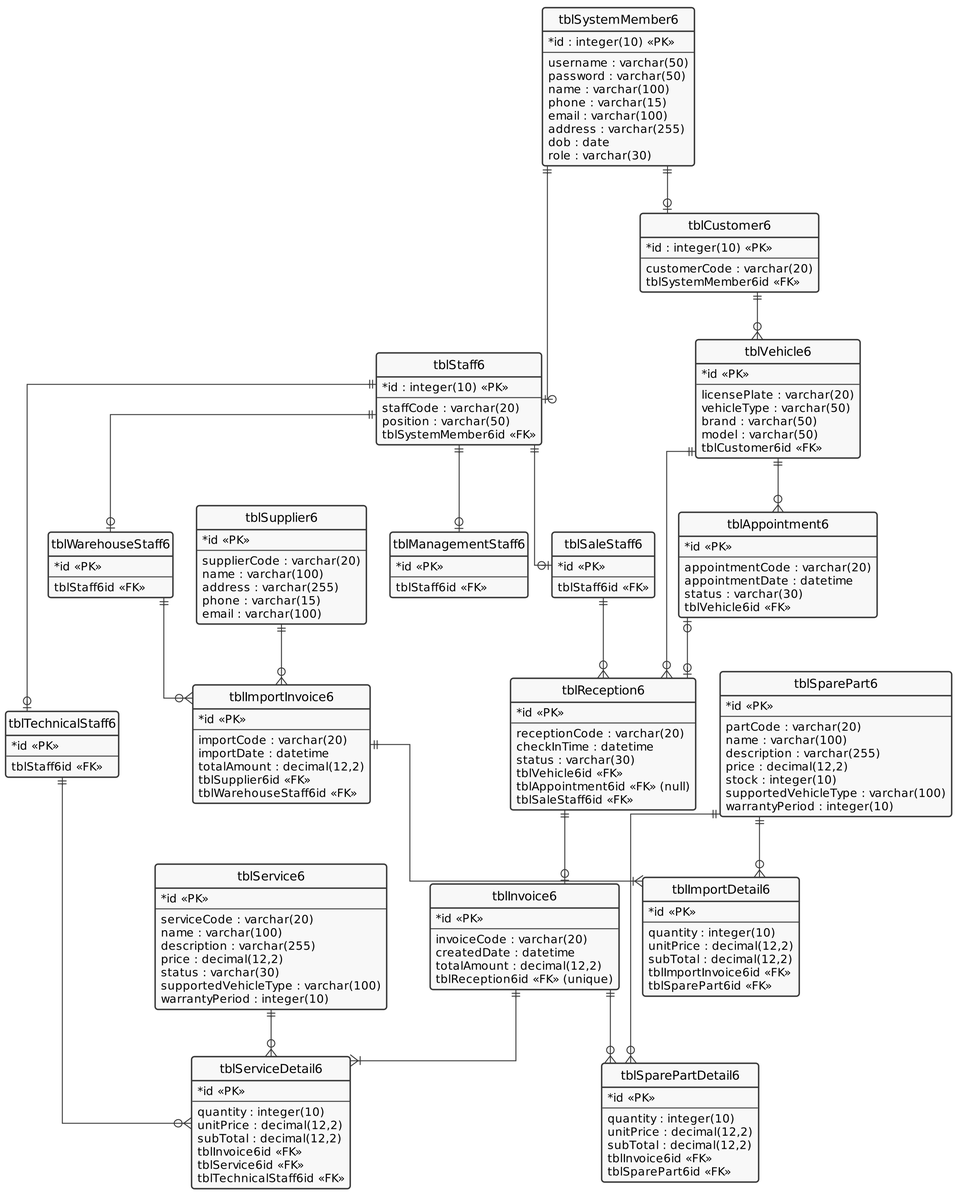
Earlier version of the PlantUML export docs/uml/12_CSDL.png (IvorDang/Garage_Management_6). Its source is kept beside it as docs/uml/12_CSDL.puml.
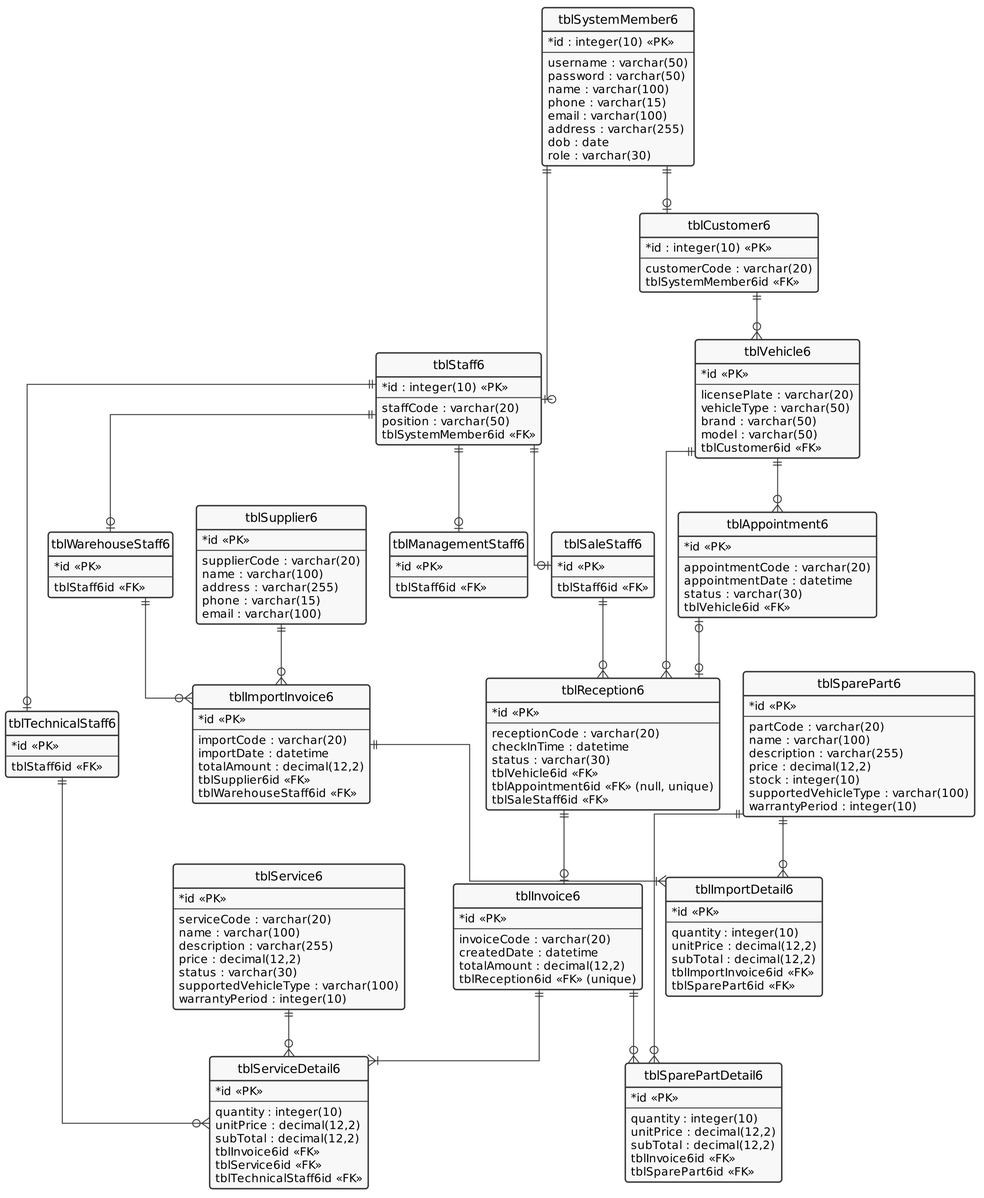
The same file after the commit.

Change to the diagram source:
```diff
@@ -77,7 +77,7 @@
   checkInTime : datetime
   status : varchar(30)
   tblVehicle6id <<FK>>
-  tblAppointment6id <<FK>> (null)
+  tblAppointment6id <<FK>> (null, unique)
   tblSaleStaff6id <<FK>>
 }
 entity tblService6 {
```
